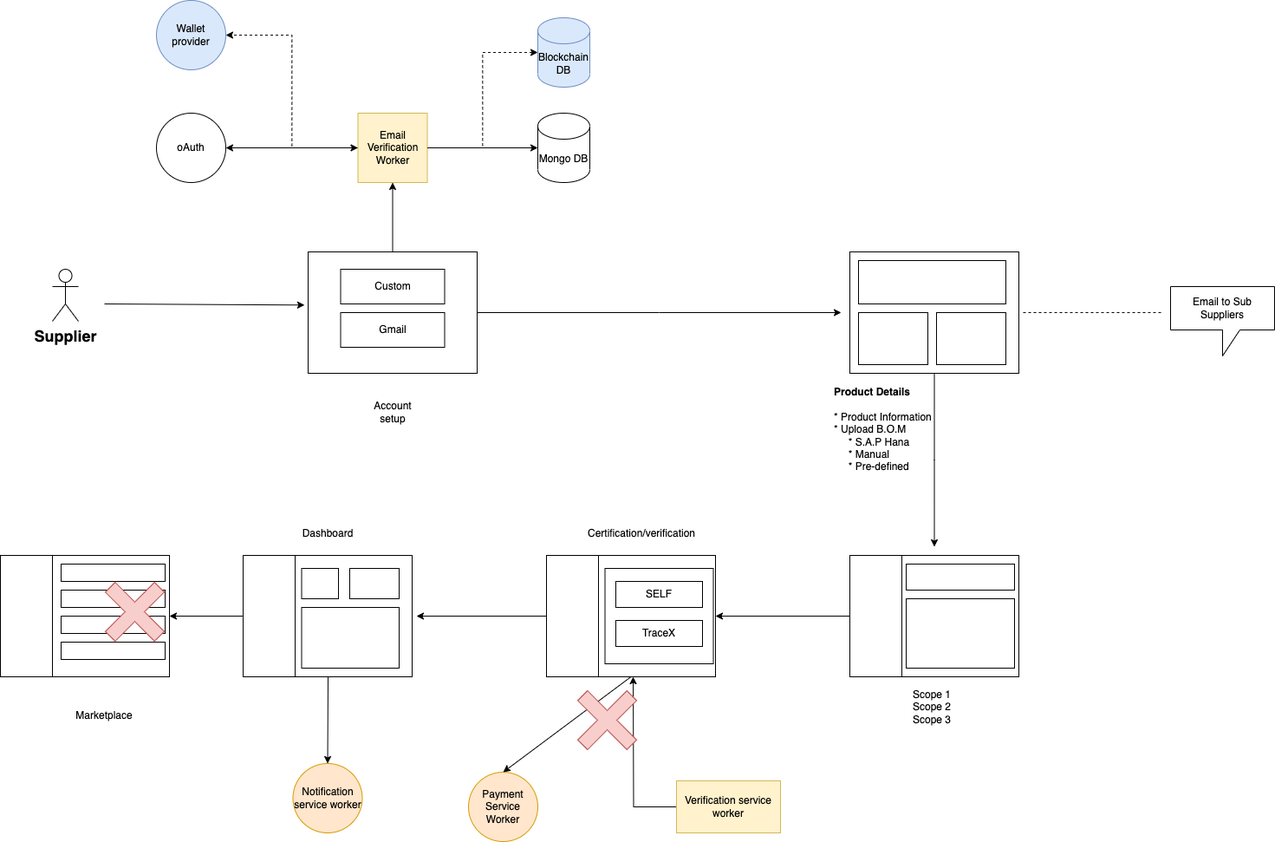
PriyathamVarma/traceX keeps this draw.io diagram as system-diagram-tracex.drawio.png. Above is the earlier version. Source tidied: cells renumbered, new cells last; positions are measured from the earlier drawing's top-left corner, leaving out a move shared by most shapes.
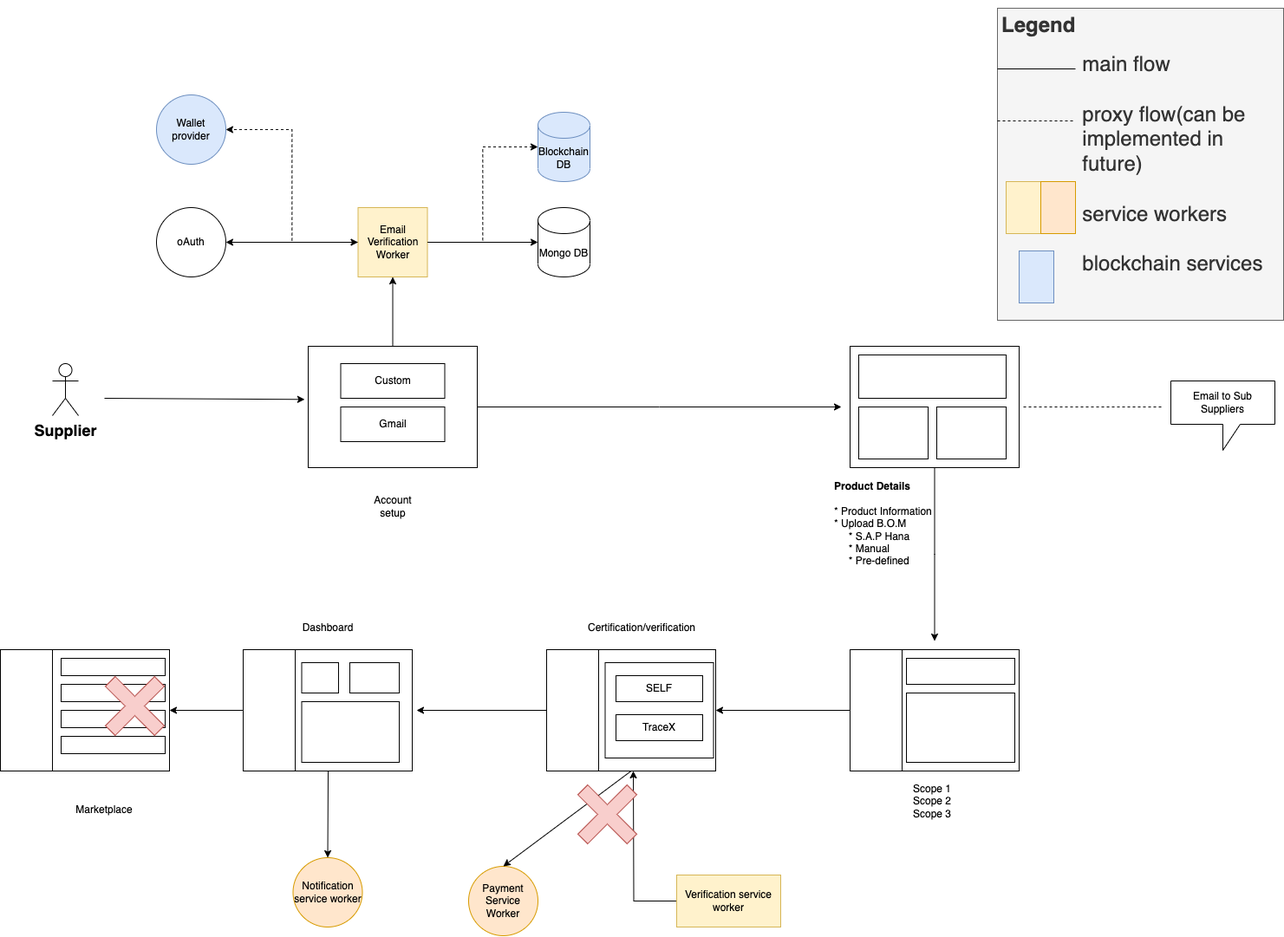
The same file after the commit.

What changed in the source:
```diff
@@ -197,5 +197,29 @@
     <mxCell id="61" value="Wallet provider" style="ellipse;whiteSpace=wrap;html=1;fillColor=#dae8fc;strokeColor=#6c8ebf;" parent="1" vertex="1">
       <mxGeometry x="180" width="80" height="80" as="geometry" />
     </mxCell>
+    <mxCell id="62" value="&lt;h1&gt;&lt;font style=&quot;font-size: 24px;&quot;&gt;Legend&lt;/font&gt;&lt;/h1&gt;&lt;div&gt;&lt;font style=&quot;font-size: 24px;&quot;&gt;&amp;nbsp; &amp;nbsp; &amp;nbsp; &amp;nbsp; &amp;nbsp; &amp;nbsp; &amp;nbsp; main flow&lt;/font&gt;&lt;/div&gt;&lt;div&gt;&lt;font style=&quot;font-size: 24px;&quot;&gt;&lt;br&gt;&lt;/font&gt;&lt;/div&gt;&lt;div&gt;&lt;font style=&quot;font-size: 24px;&quot;&gt;&amp;nbsp; &amp;nbsp; &amp;nbsp; &amp;nbsp; &amp;nbsp; &amp;nbsp; &amp;nbsp; proxy flow(can be&amp;nbsp; &lt;span style=&quot;white-space: pre;&quot;&gt;&#9;&lt;/span&gt;&amp;nbsp; &amp;nbsp; &amp;nbsp; implemented in &lt;span style=&quot;white-space: pre;&quot;&gt;&#9;&lt;/span&gt;&amp;nbsp; &amp;nbsp; &amp;nbsp;&lt;span style=&quot;white-space: pre;&quot;&gt;&#9;&lt;/span&gt;&amp;nbsp; &amp;nbsp; &amp;nbsp;&amp;nbsp;future)&lt;/font&gt;&lt;/div&gt;&lt;div&gt;&lt;font style=&quot;font-size: 24px;&quot;&gt;&lt;br&gt;&lt;/font&gt;&lt;/div&gt;&lt;div&gt;&lt;font style=&quot;font-size: 24px;&quot;&gt;&lt;span style=&quot;white-space: pre;&quot;&gt;&#9;&lt;/span&gt;&amp;nbsp; &amp;nbsp; &amp;nbsp; service workers&lt;/font&gt;&lt;/div&gt;&lt;div&gt;&lt;font style=&quot;font-size: 24px;&quot;&gt;&lt;br&gt;&lt;/font&gt;&lt;/div&gt;&lt;div&gt;&lt;font style=&quot;font-size: 24px;&quot;&gt;&amp;nbsp; &amp;nbsp; &amp;nbsp; &amp;nbsp; &amp;nbsp; &amp;nbsp; &amp;nbsp; blockchain services&lt;/font&gt;&lt;/div&gt;" style="text;html=1;strokeColor=#666666;fillColor=#f5f5f5;spacing=5;spacingTop=-20;whiteSpace=wrap;overflow=hidden;rounded=0;fontColor=#333333;" parent="1" vertex="1">
+      <mxGeometry x="1150" y="-100" width="330" height="360" as="geometry" />
+    </mxCell>
+    <mxCell id="63" style="endArrow=none;html=1;rounded=0;exitX=0;exitY=0.25;exitDx=0;exitDy=0;" parent="1" edge="1">
+      <mxGeometry relative="1" as="geometry">
+        <mxPoint x="1150" y="-30" as="sourcePoint" />
+        <mxPoint x="1240" y="-30" as="targetPoint" />
+      </mxGeometry>
+    </mxCell>
+    <mxCell id="64" style="endArrow=none;html=1;rounded=0;exitX=0;exitY=0.25;exitDx=0;exitDy=0;dashed=1;" parent="1" edge="1">
+      <mxGeometry relative="1" as="geometry">
+        <mxPoint x="1150" y="30" as="sourcePoint" />
+        <mxPoint x="1240" y="30" as="targetPoint" />
+      </mxGeometry>
+    </mxCell>
+    <mxCell id="65" style="rounded=0;whiteSpace=wrap;html=1;fillColor=#fff2cc;strokeColor=#d6b656;" parent="1" vertex="1">
+      <mxGeometry x="1160" y="100" width="40" height="60" as="geometry" />
+    </mxCell>
+    <mxCell id="66" style="rounded=0;whiteSpace=wrap;html=1;fillColor=#ffe6cc;strokeColor=#d79b00;" parent="1" vertex="1">
+      <mxGeometry x="1200" y="100" width="40" height="60" as="geometry" />
+    </mxCell>
+    <mxCell id="67" style="rounded=0;whiteSpace=wrap;html=1;fillColor=#dae8fc;strokeColor=#6c8ebf;" parent="1" vertex="1">
+      <mxGeometry x="1175" y="180" width="40" height="60" as="geometry" />
+    </mxCell>
   </root>
 </mxGraphModel>
```
